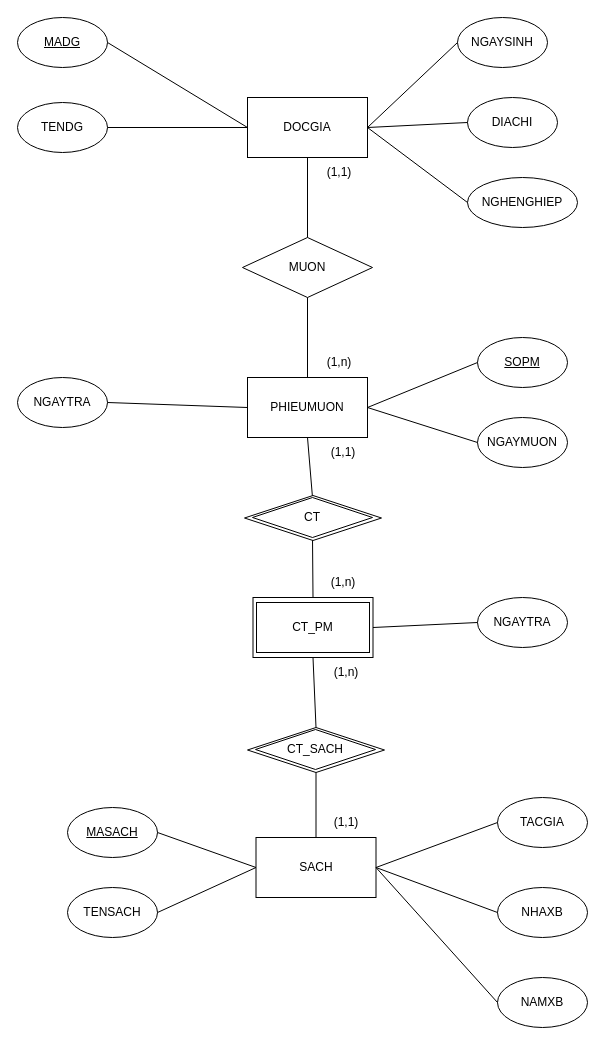
yensubldg/Database keeps this draw.io diagram as page "THUVIEN" (1 of 2) of THUVIEN.drawio. Above is the earlier version. Source tidied: cells renumbered, new cells numbered last; positions are measured from the earlier drawing's top-left corner, leaving out a move shared by most shapes. Both pictures are drawn from the tidied source at 100%, with x=0, y=0 at pixel (17, 17).
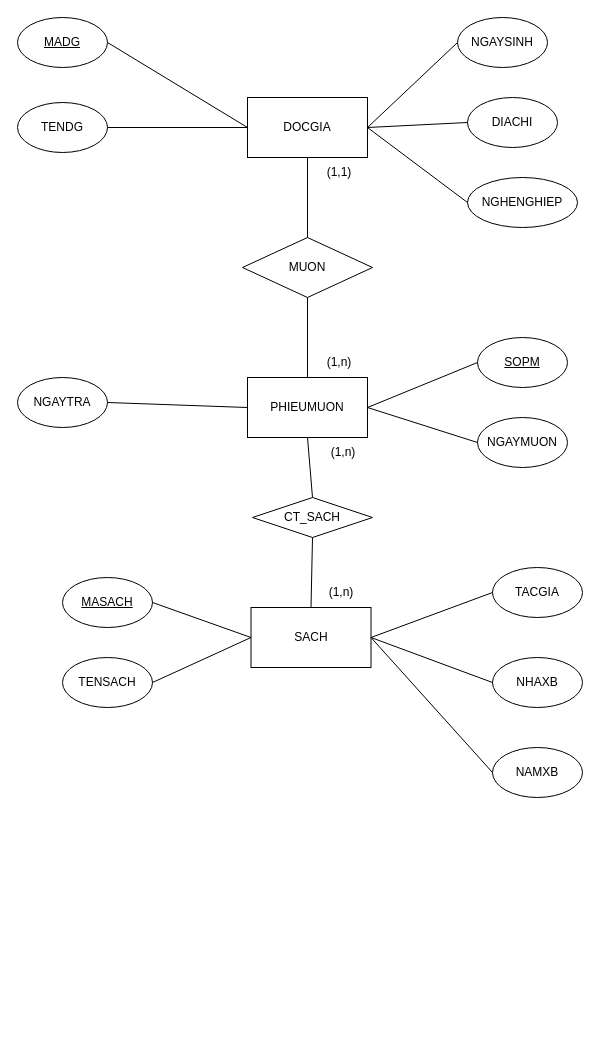
The same diagram, later.

Unchanged cells that the change refers to:
```xml
<mxCell id="29" style="group;" parent="1" vertex="1">
  <mxGeometry x="227" y="478" width="137" height="45" as="geometry" />
</mxCell>
```

Change to the diagram source:
```diff
@@
-    <mxCell id="24" style="rounded=0;whiteSpace=wrap;html=1;" parent="1" vertex="1">
-      <mxGeometry x="235.5" y="580" width="120" height="60" as="geometry" />
-    </mxCell>
-    <mxCell id="25" value="CT_PM" style="rounded=0;whiteSpace=wrap;html=1;" parent="1" vertex="1">
-      <mxGeometry x="239" y="585" width="113" height="50" as="geometry" />
-    </mxCell>
-    <mxCell id="26" style="endArrow=none;html=1;rounded=0;entryX=0.5;entryY=0;entryDx=0;entryDy=0;exitX=0.5;exitY=1;exitDx=0;exitDy=0;" parent="1" edge="1" source="31" target="24">
-      <mxGeometry relative="1" as="geometry" />
-    </mxCell>
-    <mxCell id="27" value="NGAYTRA" style="ellipse;whiteSpace=wrap;html=1;" parent="1" vertex="1">
-      <mxGeometry x="460" y="580" width="90" height="50" as="geometry" />
-    </mxCell>
-    <mxCell id="28" style="endArrow=none;html=1;rounded=0;exitX=0;exitY=0.5;exitDx=0;exitDy=0;entryX=1;entryY=0.5;entryDx=0;entryDy=0;" parent="1" edge="1" source="27" target="24">
-      <mxGeometry relative="1" as="geometry" />
-    </mxCell>
@@
-    <mxCell id="30" style="rhombus;whiteSpace=wrap;html=1;" parent="29" vertex="1">
-      <mxGeometry width="137" height="45" as="geometry" />
-    </mxCell>
-    <mxCell id="31" value="CT" style="rhombus;whiteSpace=wrap;html=1;" parent="29" vertex="1">
+    <mxCell id="31" value="CT_SACH" style="rhombus;whiteSpace=wrap;html=1;" parent="29" vertex="1">
       <mxGeometry x="8" y="2" width="120" height="40" as="geometry" />
     </mxCell>
-    <mxCell id="32" style="group;" parent="1" vertex="1">
-      <mxGeometry x="230" y="710" width="137" height="45" as="geometry" />
-    </mxCell>
-    <mxCell id="33" style="rhombus;whiteSpace=wrap;html=1;" parent="32" vertex="1">
-      <mxGeometry width="137" height="45" as="geometry" />
-    </mxCell>
-    <mxCell id="34" value="CT_SACH" style="rhombus;whiteSpace=wrap;html=1;" parent="32" vertex="1">
-      <mxGeometry x="8" y="2" width="120" height="40" as="geometry" />
-    </mxCell>
-    <mxCell id="35" style="endArrow=none;html=1;rounded=0;entryX=0.5;entryY=1;entryDx=0;entryDy=0;exitX=0.5;exitY=0;exitDx=0;exitDy=0;" parent="1" edge="1" source="33" target="24">
-      <mxGeometry relative="1" as="geometry" />
-    </mxCell>
     <mxCell id="36" value="SACH" style="rounded=0;whiteSpace=wrap;html=1;" parent="1" vertex="1">
-      <mxGeometry x="238.5" y="820" width="120" height="60" as="geometry" />
+      <mxGeometry x="233.5" y="590" width="120" height="60" as="geometry" />
     </mxCell>
     <mxCell id="37" value="&lt;u&gt;MASACH&lt;/u&gt;" style="ellipse;whiteSpace=wrap;html=1;" parent="1" vertex="1">
-      <mxGeometry x="50" y="790" width="90" height="50" as="geometry" />
+      <mxGeometry x="45" y="560" width="90" height="50" as="geometry" />
     </mxCell>
     <mxCell id="38" value="TENSACH" style="ellipse;whiteSpace=wrap;html=1;" parent="1" vertex="1">
-      <mxGeometry x="50" y="870" width="90" height="50" as="geometry" />
+      <mxGeometry x="45" y="640" width="90" height="50" as="geometry" />
     </mxCell>
     <mxCell id="39" value="TACGIA" style="ellipse;whiteSpace=wrap;html=1;" parent="1" vertex="1">
-      <mxGeometry x="480" y="780" width="90" height="50" as="geometry" />
+      <mxGeometry x="475" y="550" width="90" height="50" as="geometry" />
     </mxCell>
     <mxCell id="40" value="NHAXB" style="ellipse;whiteSpace=wrap;html=1;" parent="1" vertex="1">
-      <mxGeometry x="480" y="870" width="90" height="50" as="geometry" />
+      <mxGeometry x="475" y="640" width="90" height="50" as="geometry" />
     </mxCell>
     <mxCell id="41" value="NAMXB" style="ellipse;whiteSpace=wrap;html=1;" parent="1" vertex="1">
-      <mxGeometry x="480" y="960" width="90" height="50" as="geometry" />
+      <mxGeometry x="475" y="730" width="90" height="50" as="geometry" />
     </mxCell>
-    <mxCell id="42" style="endArrow=none;html=1;rounded=0;exitX=0.5;exitY=0;exitDx=0;exitDy=0;entryX=0.5;entryY=1;entryDx=0;entryDy=0;" parent="1" edge="1" source="36" target="33">
+    <mxCell id="42" style="endArrow=none;html=1;rounded=0;entryX=0.5;entryY=1;entryDx=0;entryDy=0;exitX=0;exitY=1;exitDx=0;exitDy=0;" parent="1" edge="1" source="52" target="31">
       <mxGeometry relative="1" as="geometry" />
     </mxCell>
@@
-    <mxCell id="50" value="(1,n)" style="text;html=1;strokeColor=none;fillColor=none;align=center;verticalAlign=middle;whiteSpace=wrap;rounded=0;" parent="1" vertex="1">
-      <mxGeometry x="295.5" y="550" width="60" height="30" as="geometry" />
-    </mxCell>
-    <mxCell id="51" value="(1,1)" style="text;html=1;strokeColor=none;fillColor=none;align=center;verticalAlign=middle;whiteSpace=wrap;rounded=0;" parent="1" vertex="1">
+    <mxCell id="51" value="(1,n)" style="text;html=1;strokeColor=none;fillColor=none;align=center;verticalAlign=middle;whiteSpace=wrap;rounded=0;" parent="1" vertex="1">
       <mxGeometry x="295.5" y="420" width="60" height="30" as="geometry" />
     </mxCell>
-    <mxCell id="52" value="(1,1)" style="text;html=1;strokeColor=none;fillColor=none;align=center;verticalAlign=middle;whiteSpace=wrap;rounded=0;" parent="1" vertex="1">
-      <mxGeometry x="298.5" y="790" width="60" height="30" as="geometry" />
+    <mxCell id="52" value="(1,n)" style="text;html=1;strokeColor=none;fillColor=none;align=center;verticalAlign=middle;whiteSpace=wrap;rounded=0;" parent="1" vertex="1">
+      <mxGeometry x="293.5" y="560" width="60" height="30" as="geometry" />
     </mxCell>
-    <mxCell id="53" value="(1,n)" style="text;html=1;strokeColor=none;fillColor=none;align=center;verticalAlign=middle;whiteSpace=wrap;rounded=0;" parent="1" vertex="1">
-      <mxGeometry x="298.5" y="640" width="60" height="30" as="geometry" />
-    </mxCell>
```
